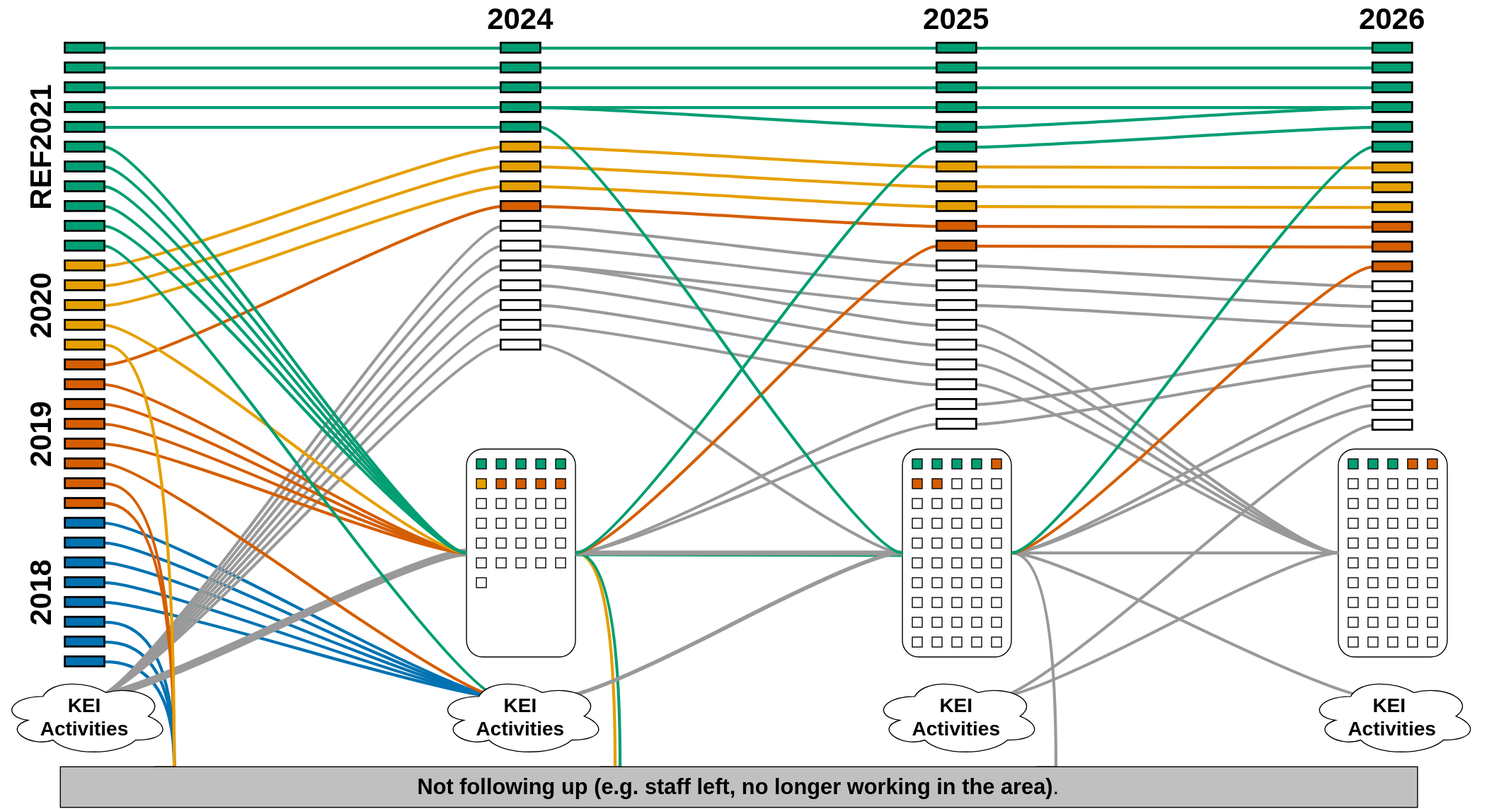
This is REF_Portfolio.drawio.svg from jonattello/DrawIO, a draw.io export, as it was before one commit. Source tidied: cells renumbered, new cells last; positions are measured from the earlier drawing's top-left corner, leaving out a move shared by most shapes.
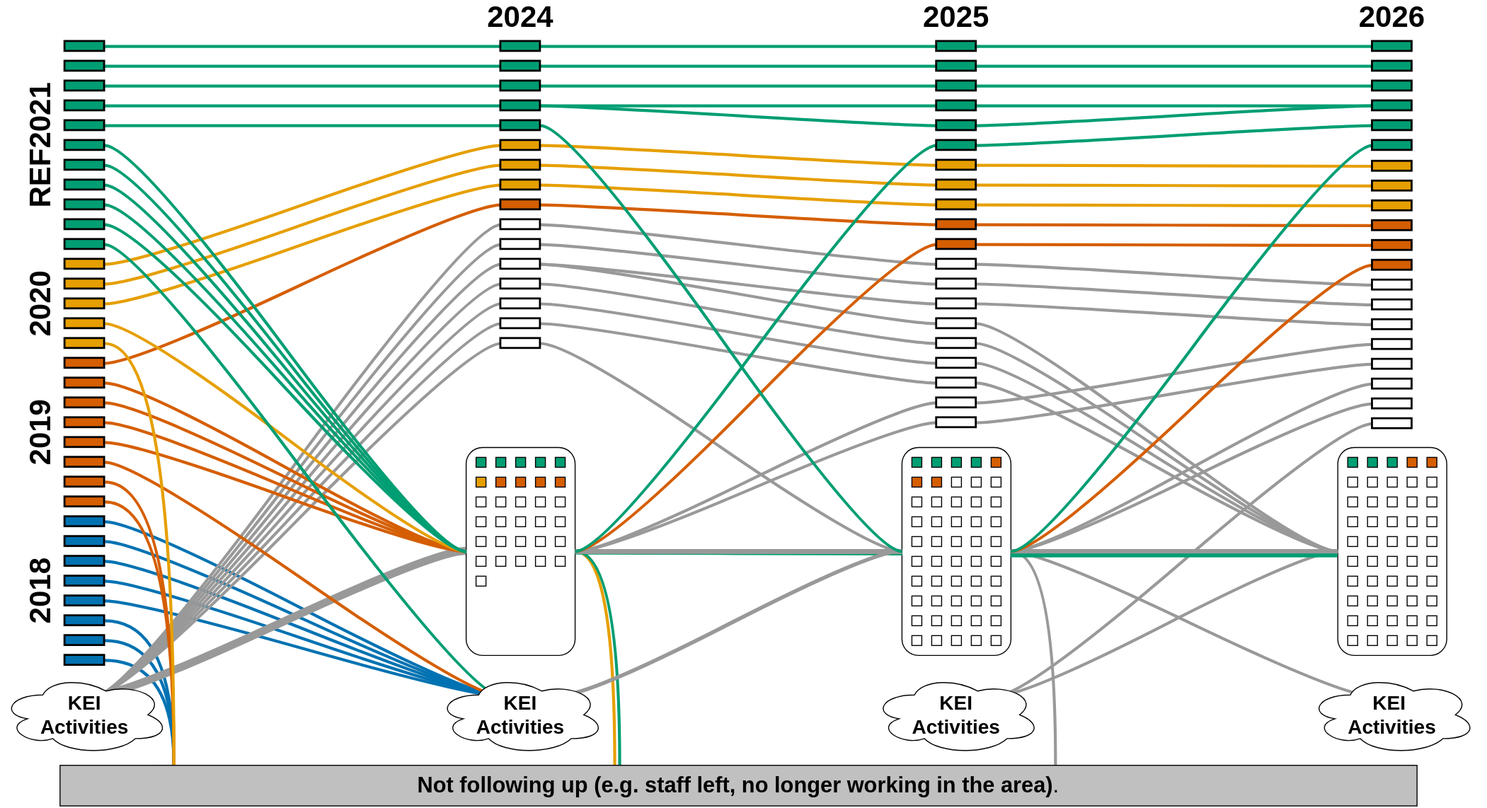
The same file after the commit.

The edit, as a diff of the source:
```diff
@@ -566,7 +566,7 @@
     <mxCell id="189" style="rounded=0;whiteSpace=wrap;html=1;" parent="1" vertex="1">
       <mxGeometry x="1450" y="701" width="20" height="10" as="geometry" />
     </mxCell>
-    <mxCell id="190" style="edgeStyle=entityRelationEdgeStyle;rounded=0;jettySize=auto;html=1;entryX=0;entryY=0.5;entryDx=0;entryDy=0;endArrow=none;endFill=0;strokeColor=light-dark(#999999,#EDEDED);startSize=10;endSize=10;strokeWidth=3;curved=1;exitX=1;exitY=0.5;exitDx=0;exitDy=0;" parent="1" edge="1" source="17" target="135">
+    <mxCell id="190" style="edgeStyle=entityRelationEdgeStyle;rounded=0;jettySize=auto;html=1;entryX=0;entryY=0.5;entryDx=0;entryDy=0;endArrow=none;endFill=0;strokeColor=light-dark(#999999,#EDEDED);startSize=10;endSize=10;strokeWidth=5;curved=1;exitX=1;exitY=0.5;exitDx=0;exitDy=0;" parent="1" edge="1" source="17" target="135">
       <mxGeometry relative="1" as="geometry" />
     </mxCell>
     <mxCell id="191" style="edgeStyle=entityRelationEdgeStyle;rounded=0;jettySize=auto;html=1;entryX=0;entryY=0.5;entryDx=0;entryDy=0;endArrow=none;endFill=0;strokeColor=light-dark(#999999,#EDEDED);startSize=10;endSize=10;strokeWidth=3;curved=1;exitX=1;exitY=0.5;exitDx=0;exitDy=0;" parent="1" edge="1" source="292" target="274">
@@ -1022,5 +1022,11 @@
     <mxCell id="341" value="&lt;font style=&quot;font-size: 30px;&quot;&gt;&lt;b&gt;2026&lt;/b&gt;&lt;/font&gt;" style="text;html=1;whiteSpace=wrap;strokeColor=none;fillColor=none;align=center;verticalAlign=middle;rounded=0;rotation=0;" parent="1" vertex="1">
       <mxGeometry x="1375" width="190" height="30" as="geometry" />
     </mxCell>
+    <mxCell id="342" style="edgeStyle=entityRelationEdgeStyle;rounded=0;orthogonalLoop=1;jettySize=auto;html=1;entryX=0;entryY=0.5;entryDx=0;entryDy=0;endArrow=none;endFill=0;strokeColor=light-dark(#009E73,#4A890C);startSize=10;endSize=10;strokeWidth=4;curved=1;exitX=1;exitY=0.5;exitDx=0;exitDy=0;" parent="1" edge="1">
+      <mxGeometry relative="1" as="geometry">
+        <mxPoint x="1085" y="559.5" as="sourcePoint" />
+        <mxPoint x="1415" y="559.5" as="targetPoint" />
+      </mxGeometry>
+    </mxCell>
   </root>
 </mxGraphModel>
```
